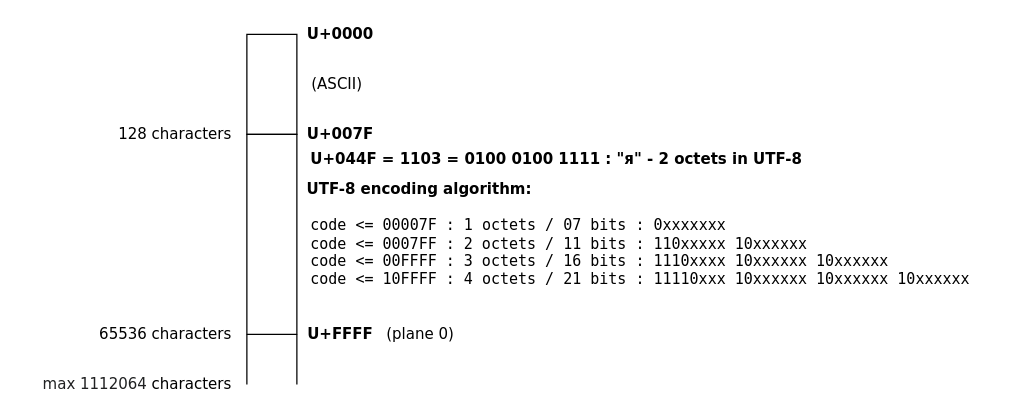
The draw.io diagram projects/examples/source/12.02.character.encoding.unicode.utf.drawio in i-s-m-mipt/Education, before the edit. Source tidied: cells renumbered, new cells numbered last; positions are measured from the earlier drawing's top-left corner, leaving out a move shared by most shapes. Both pictures are drawn from the tidied source at 125%, with x=0, y=0 at pixel (21, 21).
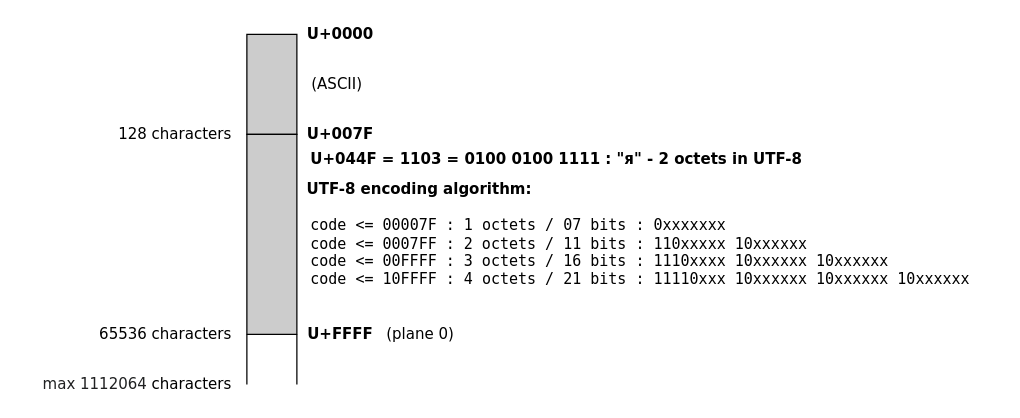
The same diagram, later.

Diff of the diagram source:
```diff
@@
 <mxGraphModel>
   <root>
     <mxCell id="0" />
     <mxCell id="1" parent="0" />
-    <mxCell id="2" style="rounded=0;whiteSpace=wrap;html=1;" parent="1" vertex="1">
+    <mxCell id="2" style="rounded=0;whiteSpace=wrap;html=1;fillColor=#CCCCCC;" parent="1" vertex="1">
       <mxGeometry x="180" y="10" width="40" height="80" as="geometry" />
     </mxCell>
-    <mxCell id="3" style="rounded=0;whiteSpace=wrap;html=1;" parent="1" vertex="1">
+    <mxCell id="3" style="rounded=0;whiteSpace=wrap;html=1;fillColor=#CCCCCC;" parent="1" vertex="1">
       <mxGeometry x="180" y="90" width="40" height="160" as="geometry" />
     </mxCell>
     <mxCell id="4" style="endArrow=none;html=1;rounded=0;entryX=0;entryY=1;entryDx=0;entryDy=0;" parent="1" edge="1" target="3">
       <mxGeometry relative="1" as="geometry">
         <mxPoint x="180" y="290" as="sourcePoint" />
       </mxGeometry>
     </mxCell>
     <mxCell id="5" style="endArrow=none;html=1;rounded=0;entryX=0;entryY=1;entryDx=0;entryDy=0;" parent="1" edge="1">
       <mxGeometry relative="1" as="geometry">
         <mxPoint x="220" y="290" as="sourcePoint" />
         <mxPoint x="220" y="250" as="targetPoint" />
       </mxGeometry>
     </mxCell>
     <mxCell id="6" value="&lt;font face=&quot;Verdana&quot;&gt;&lt;b&gt;U+0000&lt;/b&gt;&lt;/font&gt;" style="text;html=1;align=center;verticalAlign=middle;whiteSpace=wrap;rounded=0;" parent="1" vertex="1">
       <mxGeometry x="220" width="70" height="20" as="geometry" />
     </mxCell>
     <mxCell id="7" value="&lt;font face=&quot;Verdana&quot;&gt;&lt;b&gt;U+007F&lt;/b&gt;&lt;/font&gt;" style="text;html=1;align=center;verticalAlign=middle;whiteSpace=wrap;rounded=0;" parent="1" vertex="1">
       <mxGeometry x="220" y="80" width="70" height="20" as="geometry" />
     </mxCell>
     <mxCell id="8" value="&lt;font face=&quot;Verdana&quot;&gt;&lt;b&gt;U+FFFF&lt;/b&gt;&lt;/font&gt;" style="text;html=1;align=center;verticalAlign=middle;whiteSpace=wrap;rounded=0;" parent="1" vertex="1">
       <mxGeometry x="220" y="240" width="70" height="20" as="geometry" />
     </mxCell>
     <mxCell id="9" value="&lt;font face=&quot;Verdana&quot;&gt;65536&amp;nbsp;characters&lt;/font&gt;" style="text;html=1;align=right;verticalAlign=middle;whiteSpace=wrap;rounded=0;" parent="1" vertex="1">
       <mxGeometry x="20" y="240" width="150" height="20" as="geometry" />
     </mxCell>
     <mxCell id="10" value="&lt;font face=&quot;Verdana&quot;&gt;128 characters&lt;/font&gt;" style="text;html=1;align=right;verticalAlign=middle;whiteSpace=wrap;rounded=0;" parent="1" vertex="1">
       <mxGeometry x="60" y="80" width="110" height="20" as="geometry" />
     </mxCell>
     <mxCell id="11" value="&lt;font face=&quot;Verdana&quot;&gt;&lt;b&gt;U+044F = 1103 = 0100 0100 1111 :&amp;nbsp;&lt;/b&gt;&lt;/font&gt;&lt;b style=&quot;font-family: Verdana;&quot;&gt;&quot;я&quot; - 2 octets in UTF-8&lt;/b&gt;&lt;font face=&quot;Verdana&quot;&gt;&lt;b&gt;&amp;nbsp;&lt;/b&gt;&lt;/font&gt;" style="text;html=1;align=center;verticalAlign=middle;whiteSpace=wrap;rounded=0;" parent="1" vertex="1">
       <mxGeometry x="220" y="100" width="420" height="20" as="geometry" />
     </mxCell>
     <mxCell id="12" value="&lt;div&gt;&lt;font style=&quot;&quot; face=&quot;Verdana&quot;&gt;&lt;b&gt;&amp;nbsp;UTF-8 encoding algorithm:&lt;/b&gt;&lt;/font&gt;&lt;/div&gt;&lt;div&gt;&lt;font face=&quot;Lucida Console&quot;&gt;&lt;br&gt;&lt;/font&gt;&lt;/div&gt;&lt;font face=&quot;Lucida Console&quot;&gt;&amp;nbsp;code &amp;lt;=&lt;/font&gt;&lt;font face=&quot;Lucida Console&quot;&gt; &lt;/font&gt;&lt;font style=&quot;font-size: 12px;&quot; face=&quot;Lucida Console&quot;&gt;00007F&lt;/font&gt;&lt;font face=&quot;Lucida Console&quot;&gt;&amp;nbsp;: 1 octets / 07 bits : 0xxxxxxx&lt;/font&gt;&lt;div&gt;&lt;font face=&quot;Lucida Console&quot;&gt;&amp;nbsp;code &amp;lt;= 0007FF : 2 octets / 11 bits : 110xxxxx 10xxxxxx&lt;/font&gt;&lt;/div&gt;&lt;div&gt;&lt;font face=&quot;Lucida Console&quot;&gt;&amp;nbsp;code &amp;lt;= 00FFFF : 3 octets / 16 bits : 1110xxxx 10xxxxxx 10xxxxxx&lt;/font&gt;&lt;/div&gt;&lt;div&gt;&lt;font face=&quot;Lucida Console&quot;&gt;&amp;nbsp;code&amp;nbsp;&lt;/font&gt;&lt;font face=&quot;Lucida Console&quot;&gt;&amp;lt;= 10FFFF : 4 octets / 21 bits : 11110xxx&lt;span style=&quot;background-color: initial;&quot;&gt;&amp;nbsp;10xxxxxx&lt;/span&gt;&lt;span style=&quot;background-color: initial;&quot;&gt;&amp;nbsp;10xxxxxx&lt;/span&gt;&lt;span style=&quot;background-color: initial;&quot;&gt;&amp;nbsp;10xxxxxx&lt;/span&gt;&lt;/font&gt;&lt;/div&gt;" style="text;html=1;align=left;verticalAlign=middle;whiteSpace=wrap;rounded=0;" parent="1" vertex="1">
       <mxGeometry x="222" y="120" width="560" height="100" as="geometry" />
     </mxCell>
     <mxCell id="13" value="&lt;font face=&quot;Verdana&quot;&gt;(ASCII)&lt;/font&gt;" style="text;html=1;align=left;verticalAlign=middle;whiteSpace=wrap;rounded=0;" parent="1" vertex="1">
       <mxGeometry x="230" y="40" width="50" height="20" as="geometry" />
     </mxCell>
     <mxCell id="14" value="&lt;font face=&quot;Verdana&quot;&gt;(plane 0)&lt;/font&gt;" style="text;html=1;align=left;verticalAlign=middle;whiteSpace=wrap;rounded=0;" parent="1" vertex="1">
       <mxGeometry x="290" y="240" width="110" height="20" as="geometry" />
     </mxCell>
     <mxCell id="15" value="&lt;font face=&quot;Verdana&quot;&gt;&lt;span style=&quot;color: rgb(32, 33, 34); text-align: start; background-color: rgb(255, 255, 255);&quot;&gt;&lt;font style=&quot;font-size: 12px;&quot;&gt;&amp;nbsp;max 1112064&lt;/font&gt;&lt;/span&gt;&amp;nbsp;characters&lt;/font&gt;" style="text;html=1;align=right;verticalAlign=middle;whiteSpace=wrap;rounded=0;" parent="1" vertex="1">
       <mxGeometry y="280" width="170" height="20" as="geometry" />
     </mxCell>
   </root>
 </mxGraphModel>
```
